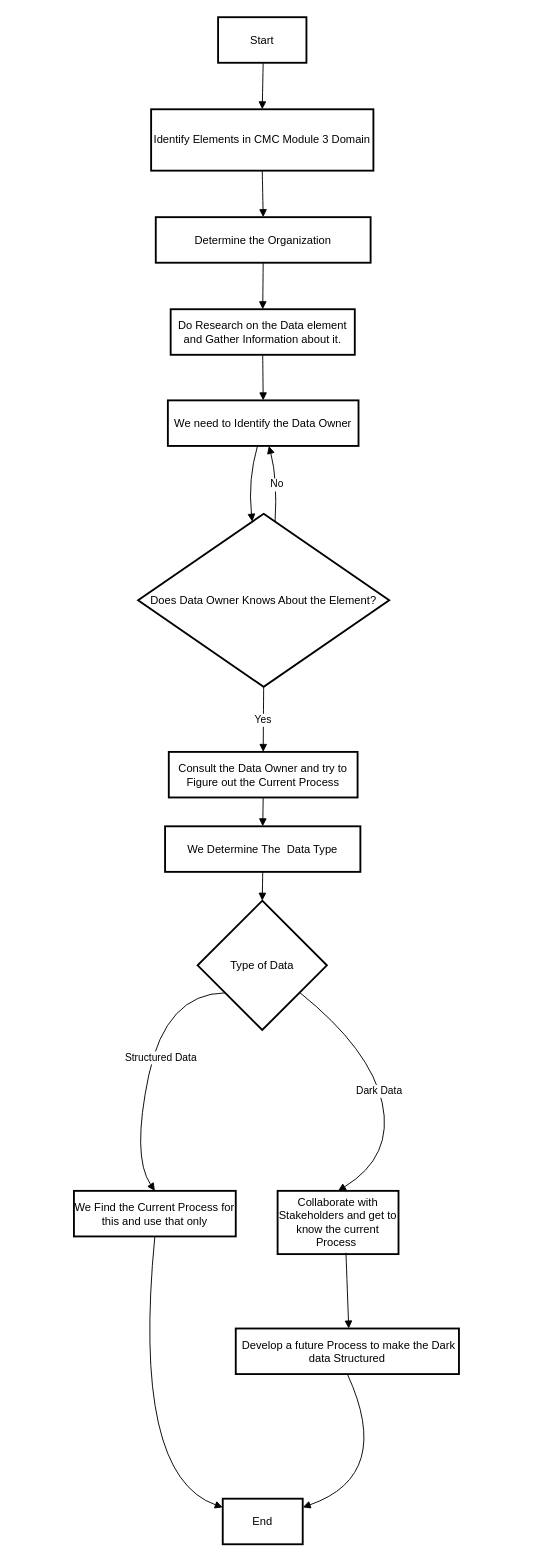
pavanaj007/pavanaj0071 keeps this draw.io diagram as a1.drawio. Above is the earlier version. Source tidied: cells renumbered, new cells numbered last; positions are measured from the earlier drawing's top-left corner, leaving out a move shared by most shapes. Both pictures are drawn from the tidied source at 93%, with x=0, y=0 at pixel (73, 17).
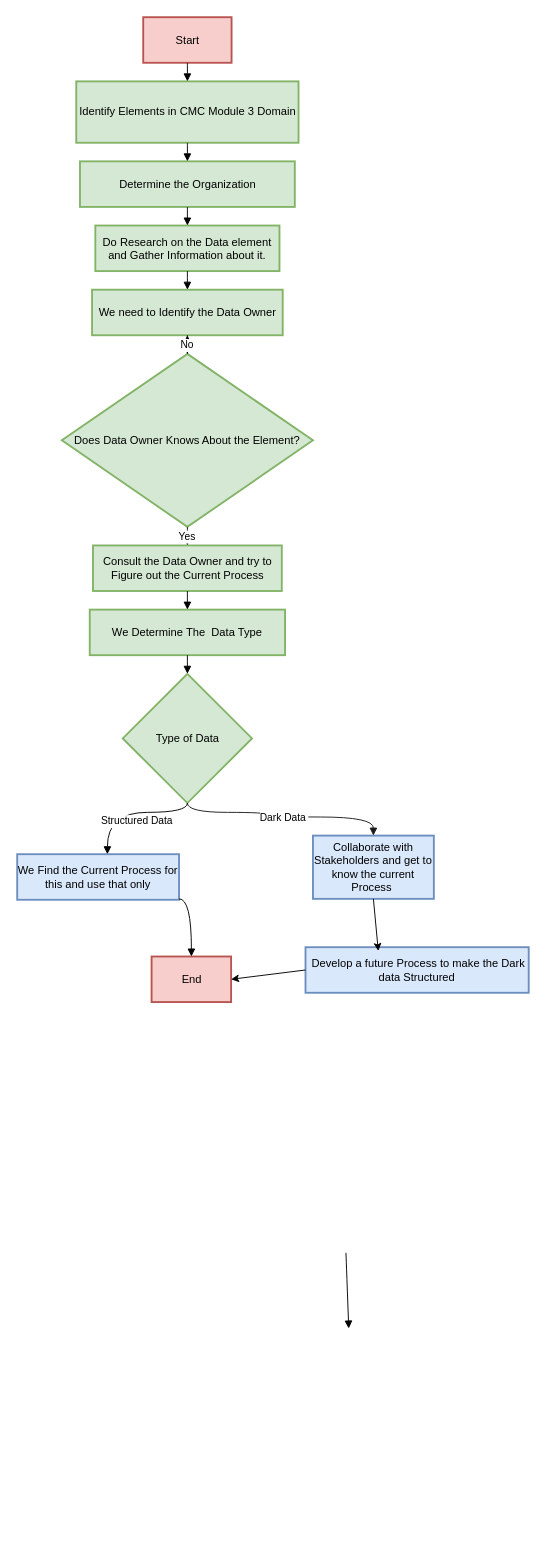
After the change.

The edit, as a diff of the source:
```diff
@@
-    <mxCell id="2" value="Start" style="whiteSpace=wrap;strokeWidth=2;" parent="1" vertex="1">
-      <mxGeometry x="155" width="95" height="49" as="geometry" />
+    <mxCell id="2" value="Start" style="whiteSpace=wrap;strokeWidth=2;fillColor=#f8cecc;strokeColor=#b85450;" parent="1" vertex="1">
+      <mxGeometry x="74.5" width="95" height="49" as="geometry" />
     </mxCell>
-    <mxCell id="3" value="Identify Elements in CMC Module 3 Domain" style="whiteSpace=wrap;strokeWidth=2;" parent="1" vertex="1">
-      <mxGeometry x="83" y="99" width="239" height="66" as="geometry" />
+    <mxCell id="3" value="Identify Elements in CMC Module 3 Domain" style="whiteSpace=wrap;strokeWidth=2;fillColor=#d5e8d4;strokeColor=#82b366;fillStyle=solid;" parent="1" vertex="1">
+      <mxGeometry x="2.5" y="69" width="239" height="66" as="geometry" />
     </mxCell>
-    <mxCell id="4" value="Determine the Organization" style="whiteSpace=wrap;strokeWidth=2;" parent="1" vertex="1">
-      <mxGeometry x="88" y="215" width="231" height="49" as="geometry" />
+    <mxCell id="4" value="Determine the Organization" style="whiteSpace=wrap;strokeWidth=2;fillColor=#d5e8d4;strokeColor=#82b366;" parent="1" vertex="1">
+      <mxGeometry x="6.5" y="155" width="231" height="49" as="geometry" />
     </mxCell>
-    <mxCell id="5" value="Do Research on the Data element and Gather Information about it." style="whiteSpace=wrap;strokeWidth=2;" parent="1" vertex="1">
-      <mxGeometry x="104" y="314" width="198" height="49" as="geometry" />
+    <mxCell id="5" value="Do Research on the Data element and Gather Information about it." style="whiteSpace=wrap;strokeWidth=2;fillColor=#d5e8d4;strokeColor=#82b366;" parent="1" vertex="1">
+      <mxGeometry x="23" y="224" width="198" height="49" as="geometry" />
     </mxCell>
-    <mxCell id="6" value="We need to Identify the Data Owner" style="whiteSpace=wrap;strokeWidth=2;" parent="1" vertex="1">
-      <mxGeometry x="101" y="412" width="205" height="49" as="geometry" />
+    <mxCell id="6" value="We need to Identify the Data Owner" style="whiteSpace=wrap;strokeWidth=2;fillColor=#d5e8d4;strokeColor=#82b366;" parent="1" vertex="1">
+      <mxGeometry x="19.5" y="293" width="205" height="49" as="geometry" />
     </mxCell>
-    <mxCell id="7" value="Does Data Owner Knows About the Element?" style="rhombus;strokeWidth=2;whiteSpace=wrap;" parent="1" vertex="1">
-      <mxGeometry x="69" y="534" width="270" height="186" as="geometry" />
+    <mxCell id="7" value="Does Data Owner Knows About the Element?" style="rhombus;strokeWidth=2;whiteSpace=wrap;fillColor=#d5e8d4;strokeColor=#82b366;" parent="1" vertex="1">
+      <mxGeometry x="-13" y="362" width="270" height="186" as="geometry" />
     </mxCell>
-    <mxCell id="8" value="Consult the Data Owner and try to&#10;Figure out the Current Process" style="whiteSpace=wrap;strokeWidth=2;" parent="1" vertex="1">
-      <mxGeometry x="102" y="790" width="203" height="49" as="geometry" />
+    <mxCell id="8" value="Consult the Data Owner and try to&#10;Figure out the Current Process" style="whiteSpace=wrap;strokeWidth=2;fillColor=#d5e8d4;strokeColor=#82b366;" parent="1" vertex="1">
+      <mxGeometry x="20.5" y="568" width="203" height="49" as="geometry" />
     </mxCell>
-    <mxCell id="9" value="We Determine The  Data Type" style="whiteSpace=wrap;strokeWidth=2;" parent="1" vertex="1">
-      <mxGeometry x="98" y="870" width="210" height="49" as="geometry" />
+    <mxCell id="9" value="We Determine The  Data Type" style="whiteSpace=wrap;strokeWidth=2;fillColor=#d5e8d4;strokeColor=#82b366;" parent="1" vertex="1">
+      <mxGeometry x="17" y="637" width="210" height="49" as="geometry" />
     </mxCell>
-    <mxCell id="10" value="Type of Data" style="rhombus;strokeWidth=2;whiteSpace=wrap;" parent="1" vertex="1">
-      <mxGeometry x="133" y="950" width="139" height="139" as="geometry" />
+    <mxCell id="10" value="Type of Data" style="rhombus;strokeWidth=2;whiteSpace=wrap;fillColor=#d5e8d4;strokeColor=#82b366;" parent="1" vertex="1">
+      <mxGeometry x="52.5" y="706" width="139" height="139" as="geometry" />
     </mxCell>
-    <mxCell id="11" value="We Find the Current Process for this and use that only" style="whiteSpace=wrap;strokeWidth=2;" parent="1" vertex="1">
-      <mxGeometry y="1262" width="174" height="49" as="geometry" />
+    <mxCell id="11" value="We Find the Current Process for this and use that only" style="whiteSpace=wrap;strokeWidth=2;fillColor=#dae8fc;strokeColor=#6c8ebf;" parent="1" vertex="1">
+      <mxGeometry x="-61" y="900" width="174" height="49" as="geometry" />
     </mxCell>
-    <mxCell id="12" value="Collaborate with Stakeholders and get to know the current Process " style="whiteSpace=wrap;strokeWidth=2;" parent="1" vertex="1">
-      <mxGeometry x="219" y="1262" width="130" height="68" as="geometry" />
+    <mxCell id="12" value="Collaborate with Stakeholders and get to know the current Process " style="whiteSpace=wrap;strokeWidth=2;fillColor=#dae8fc;strokeColor=#6c8ebf;" parent="1" vertex="1">
+      <mxGeometry x="257" y="880" width="130" height="68" as="geometry" />
     </mxCell>
-    <mxCell id="13" value=" Develop a future Process to make the Dark data Structured" style="whiteSpace=wrap;strokeWidth=2;" parent="1" vertex="1">
-      <mxGeometry x="174" y="1410" width="240" height="49" as="geometry" />
+    <mxCell id="13" value=" Develop a future Process to make the Dark data Structured" style="whiteSpace=wrap;strokeWidth=2;fillColor=#dae8fc;strokeColor=#6c8ebf;" parent="1" vertex="1">
+      <mxGeometry x="249" y="1000" width="240" height="49" as="geometry" />
     </mxCell>
-    <mxCell id="14" value="End" style="whiteSpace=wrap;strokeWidth=2;" parent="1" vertex="1">
-      <mxGeometry x="160" y="1593" width="86" height="49" as="geometry" />
+    <mxCell id="14" value="End" style="whiteSpace=wrap;strokeWidth=2;fillColor=#f8cecc;strokeColor=#b85450;" parent="1" vertex="1">
+      <mxGeometry x="83.5" y="1010" width="85.5" height="49" as="geometry" />
     </mxCell>
-    <mxCell id="15" style="curved=1;startArrow=none;endArrow=block;exitX=0.51;exitY=0.99;entryX=0.5;entryY=-0.01;rounded=0;" parent="1" edge="1" source="2" target="3">
-      <mxGeometry relative="1" as="geometry" />
+    <mxCell id="15" style="curved=1;startArrow=none;endArrow=block;rounded=0;edgeStyle=orthogonalEdgeStyle;" parent="1" edge="1" source="2" target="3">
+      <mxGeometry relative="1" as="geometry">
+        <Array as="points">
+          <mxPoint x="122" y="44" />
+          <mxPoint x="122" y="64" />
+        </Array>
+      </mxGeometry>
     </mxCell>
-    <mxCell id="16" style="curved=1;startArrow=none;endArrow=block;exitX=0.5;exitY=1;entryX=0.5;entryY=0;rounded=0;" parent="1" edge="1" source="3" target="4">
-      <mxGeometry relative="1" as="geometry" />
+    <mxCell id="16" style="curved=1;startArrow=none;endArrow=block;rounded=0;edgeStyle=orthogonalEdgeStyle;" parent="1" edge="1" source="3" target="4">
+      <mxGeometry relative="1" as="geometry">
+        <Array as="points">
+          <mxPoint x="122" y="130" />
+          <mxPoint x="122" y="150" />
+        </Array>
+      </mxGeometry>
     </mxCell>
-    <mxCell id="17" style="curved=1;startArrow=none;endArrow=block;exitX=0.5;exitY=0.99;entryX=0.5;entryY=-0.01;rounded=0;" parent="1" edge="1" source="4" target="5">
-      <mxGeometry relative="1" as="geometry" />
+    <mxCell id="17" style="curved=1;startArrow=none;endArrow=block;rounded=0;edgeStyle=orthogonalEdgeStyle;" parent="1" edge="1" source="4" target="5">
+      <mxGeometry relative="1" as="geometry">
+        <Array as="points">
+          <mxPoint x="122" y="199" />
+          <mxPoint x="122" y="219" />
+        </Array>
+      </mxGeometry>
     </mxCell>
-    <mxCell id="18" style="curved=1;startArrow=none;endArrow=block;exitX=0.5;exitY=0.99;entryX=0.5;entryY=0.01;rounded=0;" parent="1" edge="1" source="5" target="6">
-      <mxGeometry relative="1" as="geometry" />
+    <mxCell id="18" style="curved=1;startArrow=none;endArrow=block;rounded=0;edgeStyle=orthogonalEdgeStyle;" parent="1" edge="1" source="5" target="6">
+      <mxGeometry relative="1" as="geometry">
+        <Array as="points">
+          <mxPoint x="122" y="268" />
+          <mxPoint x="122" y="288" />
+        </Array>
+      </mxGeometry>
     </mxCell>
-    <mxCell id="19" style="curved=1;startArrow=none;endArrow=block;exitX=0.47;exitY=1;entryX=0.45;entryY=0;rounded=0;" parent="1" edge="1" source="6" target="7">
+    <mxCell id="19" style="curved=1;startArrow=none;endArrow=block;rounded=0;edgeStyle=orthogonalEdgeStyle;" parent="1" edge="1" source="6" target="7">
       <mxGeometry relative="1" as="geometry">
         <Array as="points">
-          <mxPoint x="187" y="497" />
+          <mxPoint x="122" y="337" />
+          <mxPoint x="122" y="357" />
         </Array>
       </mxGeometry>
     </mxCell>
-    <mxCell id="20" value="Yes" style="curved=1;startArrow=none;endArrow=block;exitX=0.5;exitY=1;entryX=0.5;entryY=0;rounded=0;entryDx=0;entryDy=0;" parent="1" edge="1" source="7" target="8">
-      <mxGeometry relative="1" as="geometry" />
+    <mxCell id="20" value="Yes" style="curved=1;startArrow=none;endArrow=block;rounded=0;entryDx=0;entryDy=0;edgeStyle=orthogonalEdgeStyle;" parent="1" edge="1" source="7" target="8">
+      <mxGeometry relative="1" as="geometry">
+        <Array as="points">
+          <mxPoint x="122" y="543" />
+          <mxPoint x="122" y="563" />
+        </Array>
+      </mxGeometry>
     </mxCell>
-    <mxCell id="21" value="No" style="curved=1;startArrow=none;endArrow=block;exitX=0.55;exitY=0;entryX=0.53;entryY=1;rounded=0;" parent="1" edge="1" source="7" target="6">
-      <mxGeometry relative="1" as="geometry">
-        <Array as="points">
-          <mxPoint x="219" y="497" />
-        </Array>
-      </mxGeometry>
+    <mxCell id="21" value="No" style="curved=1;startArrow=none;endArrow=block;rounded=0;edgeStyle=orthogonalEdgeStyle;" parent="1" edge="1" source="7" target="6">
+      <mxGeometry relative="1" as="geometry" />
     </mxCell>
-    <mxCell id="22" style="curved=1;startArrow=none;endArrow=block;exitX=0.5;exitY=1;entryX=0.5;entryY=0;rounded=0;" parent="1" edge="1" source="8" target="9">
-      <mxGeometry relative="1" as="geometry" />
+    <mxCell id="22" style="curved=1;startArrow=none;endArrow=block;rounded=0;edgeStyle=orthogonalEdgeStyle;" parent="1" edge="1" source="8" target="9">
+      <mxGeometry relative="1" as="geometry">
+        <Array as="points">
+          <mxPoint x="122" y="612" />
+          <mxPoint x="122" y="632" />
+        </Array>
+      </mxGeometry>
     </mxCell>
-    <mxCell id="23" style="curved=1;startArrow=none;endArrow=block;exitX=0.5;exitY=0.99;entryX=0.5;entryY=0;rounded=0;" parent="1" edge="1" source="9" target="10">
-      <mxGeometry relative="1" as="geometry" />
+    <mxCell id="23" style="curved=1;startArrow=none;endArrow=block;rounded=0;edgeStyle=orthogonalEdgeStyle;" parent="1" edge="1" source="9" target="10">
+      <mxGeometry relative="1" as="geometry">
+        <Array as="points">
+          <mxPoint x="122" y="681" />
+          <mxPoint x="122" y="701" />
+        </Array>
+      </mxGeometry>
     </mxCell>
-    <mxCell id="24" value="Structured Data" style="curved=1;startArrow=none;endArrow=block;exitX=0;exitY=0.87;entryX=0.5;entryY=0;rounded=0;" parent="1" edge="1" source="10" target="11">
+    <mxCell id="24" value="Structured Data" style="curved=1;startArrow=none;endArrow=block;rounded=0;edgeStyle=orthogonalEdgeStyle;" parent="1" edge="1" source="10" target="11">
       <mxGeometry x="-0.09" y="9" relative="1" as="geometry">
         <Array as="points">
-          <mxPoint x="99" y="1050" />
-          <mxPoint x="62" y="1225" />
+          <mxPoint x="122" y="840" />
+          <mxPoint x="122" y="855" />
+          <mxPoint x="36" y="855" />
+          <mxPoint x="36" y="860" />
         </Array>
       </mxGeometry>
     </mxCell>
-    <mxCell id="25" value="Dark Data" style="curved=1;startArrow=none;endArrow=block;exitX=1.01;exitY=0.87;entryX=0.5;entryY=-0.01;rounded=0;" parent="1" edge="1" source="10" target="12">
+    <mxCell id="25" value="Dark Data" style="curved=1;startArrow=none;endArrow=block;rounded=0;strokeColor=#1A1A1A;edgeStyle=orthogonalEdgeStyle;" parent="1" edge="1" source="10" target="12">
       <mxGeometry relative="1" as="geometry">
         <Array as="points">
-          <mxPoint x="319" y="1110" />
-          <mxPoint x="344" y="1225" />
+          <mxPoint x="122" y="840" />
+          <mxPoint x="122" y="855" />
+          <mxPoint x="208" y="855" />
+          <mxPoint x="208" y="860" />
         </Array>
       </mxGeometry>
     </mxCell>
@@
-    <mxCell id="27" style="curved=1;startArrow=none;endArrow=block;exitX=0.5;exitY=1;entryX=0;entryY=0.19;rounded=0;exitDx=0;exitDy=0;" parent="1" edge="1" source="11" target="14">
+    <mxCell id="27" style="curved=1;startArrow=none;endArrow=block;rounded=0;exitDx=0;exitDy=0;edgeStyle=orthogonalEdgeStyle;" parent="1" edge="1" source="11" target="14">
       <mxGeometry relative="1" as="geometry">
         <Array as="points">
-          <mxPoint x="62" y="1568" />
+          <mxPoint x="36" y="909" />
+          <mxPoint x="36" y="948" />
         </Array>
       </mxGeometry>
     </mxCell>
+    <mxCell id="29" style="endArrow=classic;html=1;rounded=0;exitX=0.5;exitY=1;exitDx=0;exitDy=0;entryX=0.326;entryY=0.082;entryDx=0;entryDy=0;entryPerimeter=0;" parent="1" edge="1" source="12" target="13">
+      <mxGeometry relative="1" as="geometry" />
+    </mxCell>
-    <mxCell id="28" style="curved=1;startArrow=none;endArrow=block;exitX=0.5;exitY=1;entryX=1;entryY=0.19;rounded=0;" parent="1" edge="1" source="13" target="14">
-      <mxGeometry relative="1" as="geometry">
-        <Array as="points">
-          <mxPoint x="344" y="1568" />
-        </Array>
-      </mxGeometry>
+    <mxCell id="28" style="endArrow=classic;html=1;rounded=0;entryX=1;entryY=0.5;entryDx=0;entryDy=0;exitX=0;exitY=0.5;exitDx=0;exitDy=0;" parent="1" edge="1" source="13" target="14">
+      <mxGeometry relative="1" as="geometry" />
     </mxCell>
```
